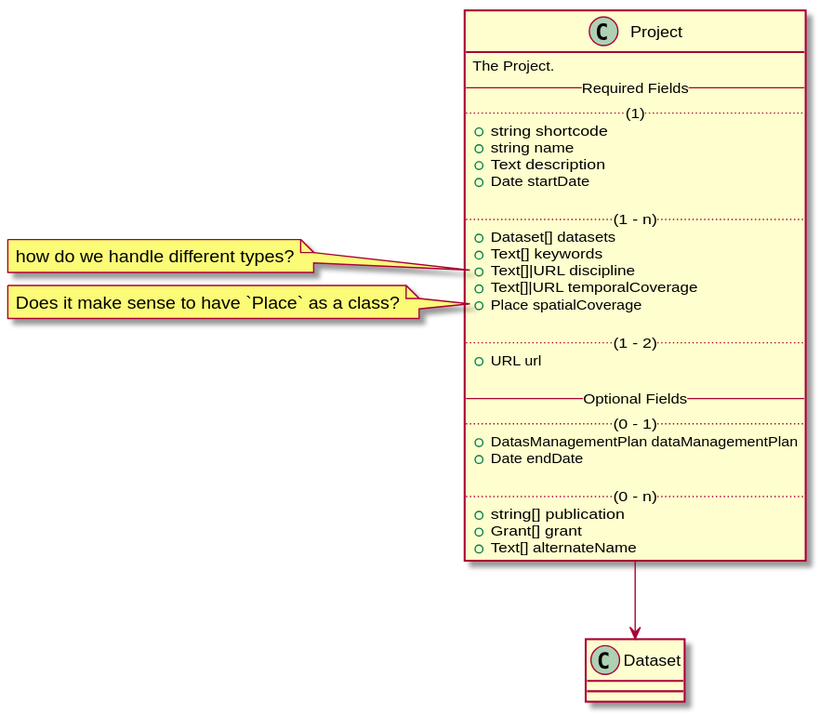
Above: docs/services/metadata/domain-entities.svg in dasch-swiss/dasch-service-platform (PlantUML), before the change.
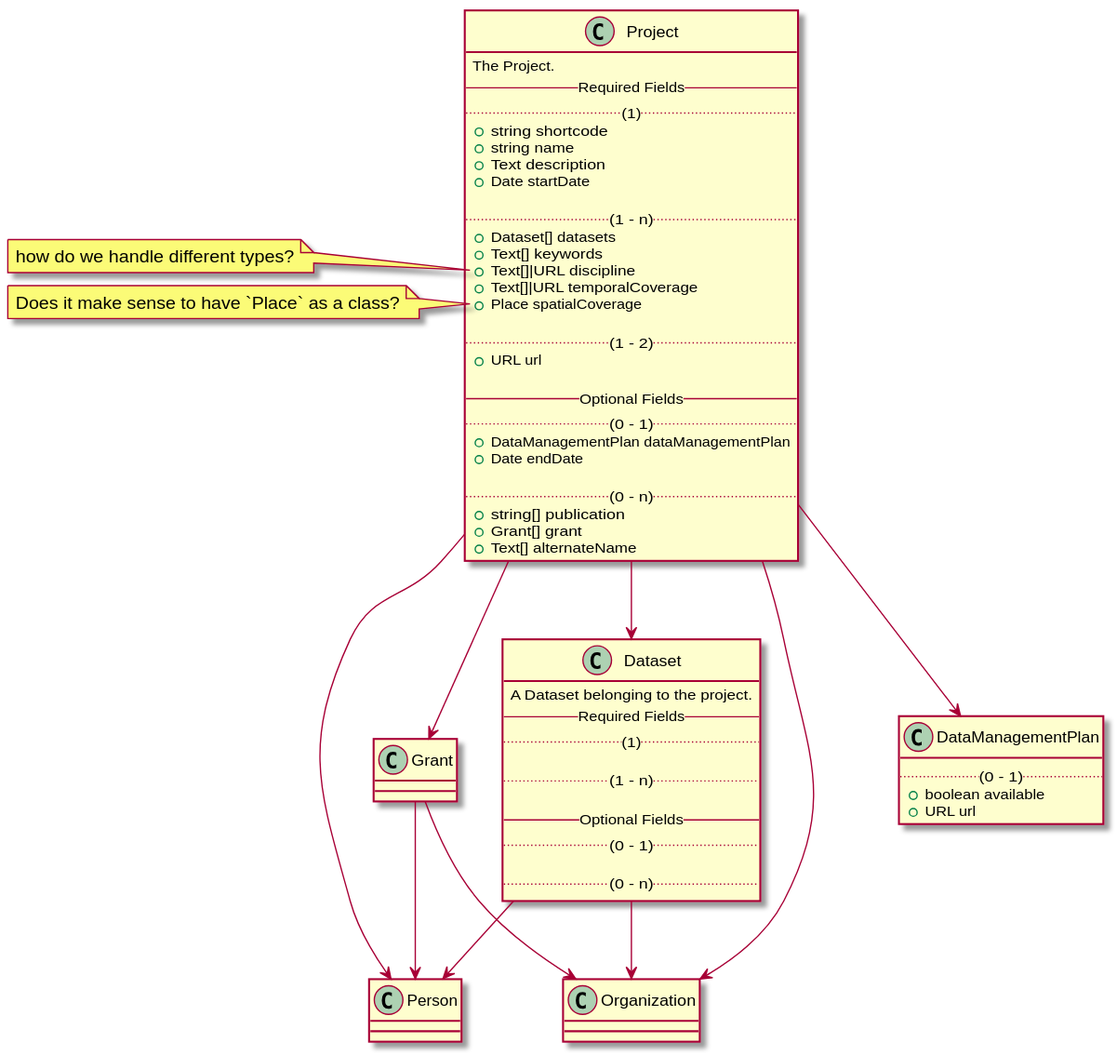
After the change.

Commit message:
documentation(metadata-service): work on metadata schema and definition (ongoing)

Diff of the diagram source:
```diff
@@ -21,7 +21,7 @@
 
   -- Optional Fields --
   .. (0 - 1) ..
-  +DatasManagementPlan dataManagementPlan
+  +DataManagementPlan dataManagementPlan
   +Date endDate
 
   .. (0 - n) ..
@@ -38,6 +38,35 @@
   Does it make sense to have `Place` as a class?
 end note
 
+class Dataset {
+  A Dataset belonging to the project.
+  -- Required Fields --
+  .. (1) ..
+
+  .. (1 - n) ..
+
+  -- Optional Fields --
+  .. (0 - 1) ..
+
+  .. (0 - n) ..
+}
+
+class DataManagementPlan {
+  .. (0 - 1) ..
+  +boolean available
+  +URL url
+}
+
+
+
 Project --> Dataset
+Project --> DataManagementPlan
+Project --> Grant
+Project --> Person
+Project --> Organization
+Dataset --> Person
+Dataset --> Organization
+Grant --> Person
+Grant --> Organization
 
 @enduml
```
